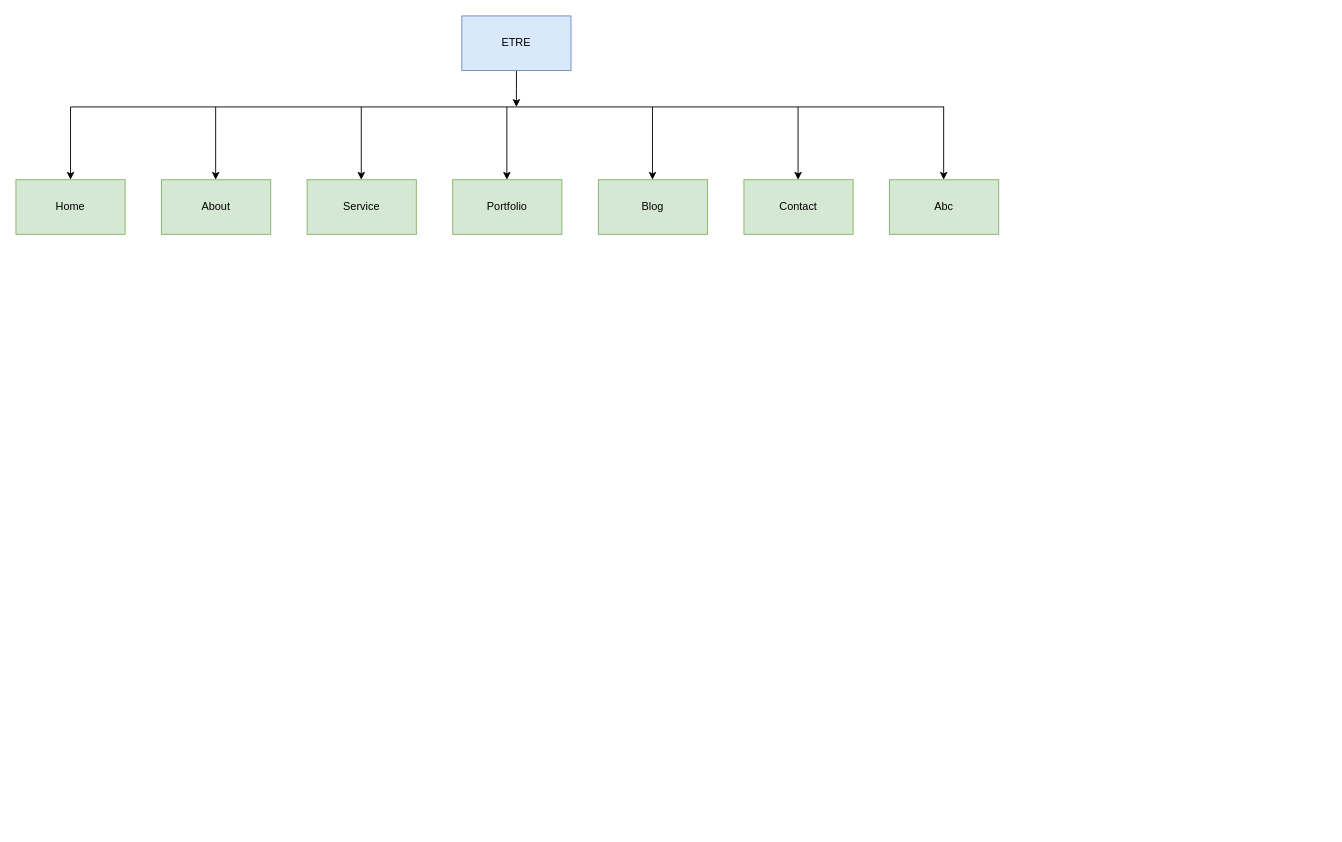
Above: ETRE Website Prototype.drawio in fasil712/UML_Diagram_Design (draw.io), before the change. Source tidied: cells renumbered, new cells numbered last; positions are measured from the earlier drawing's top-left corner, leaving out a move shared by most shapes. Both pictures are drawn from the tidied source at 91%, with x=0, y=0 at pixel (15, 15).
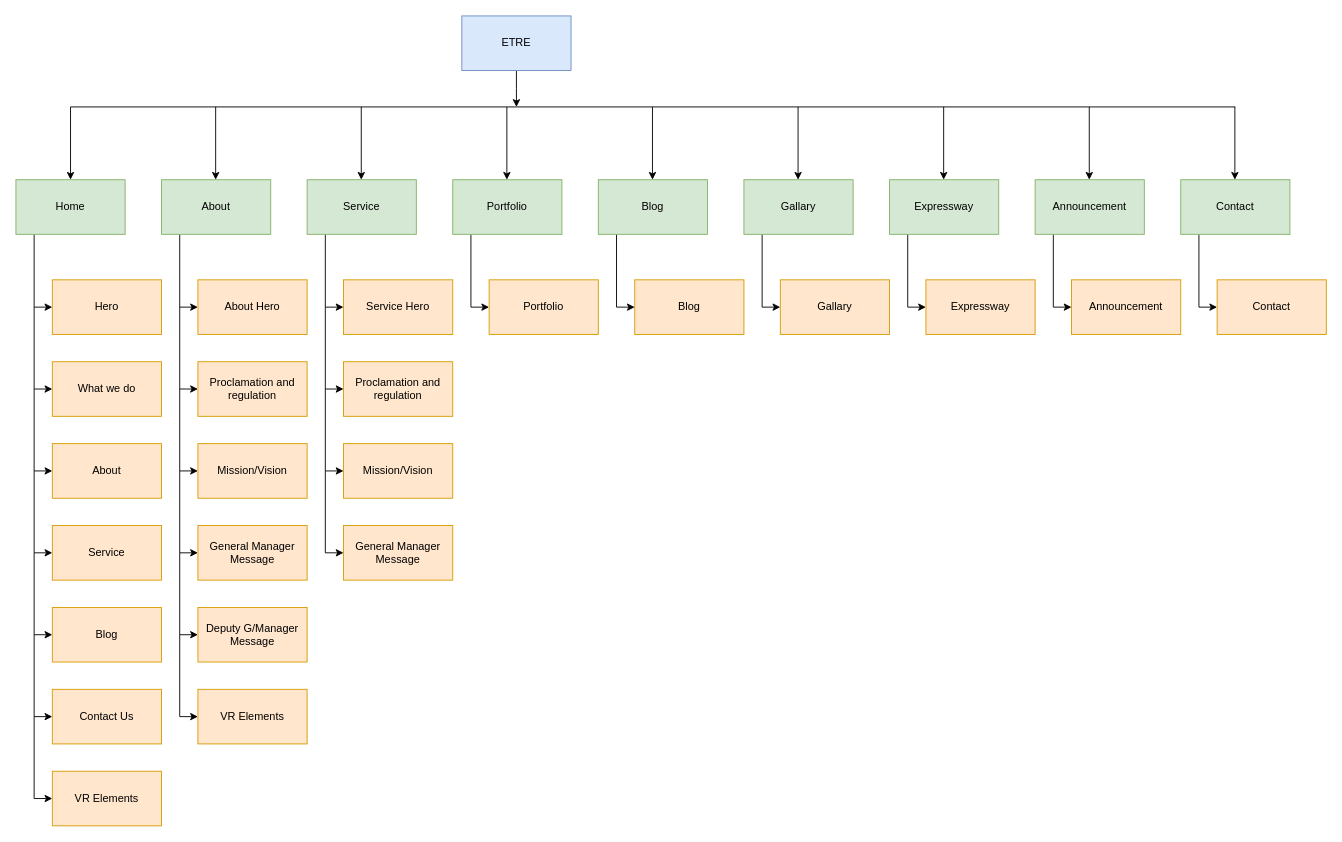
Above is the later version.

The change refers to these unchanged cells:
```xml
<mxCell id="4" value="Home" style="rounded=0;whiteSpace=wrap;html=1;fillColor=#d5e8d4;strokeColor=#82b366;" parent="1" vertex="1">
  <mxGeometry y="180" width="120" height="60" as="geometry" />
</mxCell>
<mxCell id="5" value="About" style="rounded=0;whiteSpace=wrap;html=1;fillColor=#d5e8d4;strokeColor=#82b366;" parent="1" vertex="1">
  <mxGeometry x="160" y="180" width="120" height="60" as="geometry" />
</mxCell>
<mxCell id="6" value="Service" style="rounded=0;whiteSpace=wrap;html=1;fillColor=#d5e8d4;strokeColor=#82b366;" parent="1" vertex="1">
  <mxGeometry x="320" y="180" width="120" height="60" as="geometry" />
</mxCell>
<mxCell id="7" value="Portfolio" style="rounded=0;whiteSpace=wrap;html=1;fillColor=#d5e8d4;strokeColor=#82b366;" parent="1" vertex="1">
  <mxGeometry x="480" y="180" width="120" height="60" as="geometry" />
</mxCell>
<mxCell id="8" value="Blog" style="rounded=0;whiteSpace=wrap;html=1;fillColor=#d5e8d4;strokeColor=#82b366;" parent="1" vertex="1">
  <mxGeometry x="640" y="180" width="120" height="60" as="geometry" />
</mxCell>
```

Diff of the diagram source:
```diff
@@
+    <mxCell id="19" style="edgeStyle=orthogonalEdgeStyle;rounded=0;jettySize=auto;html=1;" parent="1" edge="1" source="4" target="33">
+      <mxGeometry relative="1" as="geometry">
+        <Array as="points">
+          <mxPoint x="20" y="320" />
+        </Array>
+      </mxGeometry>
+    </mxCell>
@@
+    <mxCell id="20" style="edgeStyle=orthogonalEdgeStyle;rounded=0;jettySize=auto;html=1;" parent="1" edge="1" source="5" target="34">
+      <mxGeometry relative="1" as="geometry">
+        <Array as="points">
+          <mxPoint x="180" y="320" />
+        </Array>
+      </mxGeometry>
+    </mxCell>
@@
+    <mxCell id="21" style="edgeStyle=orthogonalEdgeStyle;rounded=0;jettySize=auto;html=1;" parent="1" edge="1" source="6" target="35">
+      <mxGeometry relative="1" as="geometry">
+        <Array as="points">
+          <mxPoint x="340" y="320" />
+        </Array>
+      </mxGeometry>
+    </mxCell>
@@
+    <mxCell id="22" style="edgeStyle=orthogonalEdgeStyle;rounded=0;jettySize=auto;html=1;" parent="1" edge="1" source="7" target="36">
+      <mxGeometry relative="1" as="geometry">
+        <Array as="points">
+          <mxPoint x="500" y="320" />
+        </Array>
+      </mxGeometry>
+    </mxCell>
@@
+    <mxCell id="23" style="edgeStyle=orthogonalEdgeStyle;rounded=0;jettySize=auto;html=1;" parent="1" edge="1" source="8" target="37">
+      <mxGeometry relative="1" as="geometry">
+        <Array as="points">
+          <mxPoint x="660" y="320" />
+        </Array>
+      </mxGeometry>
+    </mxCell>
@@
+    <mxCell id="24" style="edgeStyle=orthogonalEdgeStyle;rounded=0;jettySize=auto;html=1;" parent="1" edge="1" source="9" target="38">
+      <mxGeometry relative="1" as="geometry">
+        <Array as="points">
+          <mxPoint x="1300" y="320" />
+        </Array>
+      </mxGeometry>
+    </mxCell>
     <mxCell id="9" value="Contact" style="rounded=0;whiteSpace=wrap;html=1;fillColor=#d5e8d4;strokeColor=#82b366;" parent="1" vertex="1">
-      <mxGeometry x="800" y="180" width="120" height="60" as="geometry" />
+      <mxGeometry x="1280" y="180" width="120" height="60" as="geometry" />
     </mxCell>
     <mxCell id="10" style="endArrow=none;html=1;rounded=0;" parent="1" edge="1">
       <mxGeometry relative="1" as="geometry">
         <mxPoint x="60" y="100" as="sourcePoint" />
-        <mxPoint x="1020" y="100" as="targetPoint" />
+        <mxPoint x="1340" y="100" as="targetPoint" />
       </mxGeometry>
     </mxCell>
@@
+    <mxCell id="25" style="edgeStyle=orthogonalEdgeStyle;rounded=0;jettySize=auto;html=1;" parent="1" edge="1" source="17" target="39">
+      <mxGeometry relative="1" as="geometry">
+        <Array as="points">
+          <mxPoint x="980" y="320" />
+        </Array>
+      </mxGeometry>
+    </mxCell>
-    <mxCell id="17" value="Abc" style="rounded=0;whiteSpace=wrap;html=1;fillColor=#d5e8d4;strokeColor=#82b366;" parent="1" vertex="1">
+    <mxCell id="17" value="Expressway" style="rounded=0;whiteSpace=wrap;html=1;fillColor=#d5e8d4;strokeColor=#82b366;" parent="1" vertex="1">
       <mxGeometry x="960" y="180" width="120" height="60" as="geometry" />
     </mxCell>
@@
+    <mxCell id="26" style="edgeStyle=orthogonalEdgeStyle;rounded=0;jettySize=auto;html=1;" parent="1" edge="1" source="27" target="40">
+      <mxGeometry relative="1" as="geometry">
+        <Array as="points">
+          <mxPoint x="1140" y="320" />
+        </Array>
+      </mxGeometry>
+    </mxCell>
+    <mxCell id="27" value="Announcement" style="rounded=0;whiteSpace=wrap;html=1;fillColor=#d5e8d4;strokeColor=#82b366;" parent="1" vertex="1">
+      <mxGeometry x="1120" y="180" width="120" height="60" as="geometry" />
+    </mxCell>
+    <mxCell id="28" style="endArrow=classic;html=1;rounded=0;entryX=0.5;entryY=0;entryDx=0;entryDy=0;" parent="1" edge="1">
+      <mxGeometry relative="1" as="geometry">
+        <mxPoint x="1179.5" y="100" as="sourcePoint" />
+        <mxPoint x="1179.5" y="180" as="targetPoint" />
+      </mxGeometry>
+    </mxCell>
+    <mxCell id="29" style="edgeStyle=orthogonalEdgeStyle;rounded=0;jettySize=auto;html=1;" parent="1" edge="1" source="30" target="41">
+      <mxGeometry relative="1" as="geometry">
+        <Array as="points">
+          <mxPoint x="820" y="320" />
+        </Array>
+      </mxGeometry>
+    </mxCell>
+    <mxCell id="30" value="Gallary" style="rounded=0;whiteSpace=wrap;html=1;fillColor=#d5e8d4;strokeColor=#82b366;" parent="1" vertex="1">
+      <mxGeometry x="800" y="180" width="120" height="60" as="geometry" />
+    </mxCell>
+    <mxCell id="31" style="endArrow=classic;html=1;rounded=0;entryX=0.5;entryY=0;entryDx=0;entryDy=0;" parent="1" edge="1">
+      <mxGeometry relative="1" as="geometry">
+        <mxPoint x="1339.5" y="100" as="sourcePoint" />
+        <mxPoint x="1339.5" y="180" as="targetPoint" />
+      </mxGeometry>
+    </mxCell>
+    <mxCell id="32" style="edgeStyle=orthogonalEdgeStyle;rounded=0;jettySize=auto;html=1;entryX=0;entryY=0.5;entryDx=0;entryDy=0;" parent="1" edge="1" target="42">
+      <mxGeometry relative="1" as="geometry">
+        <mxPoint x="20" y="320" as="sourcePoint" />
+        <Array as="points">
+          <mxPoint x="20" y="410" />
+        </Array>
+      </mxGeometry>
+    </mxCell>
+    <mxCell id="33" value="Hero" style="rounded=0;whiteSpace=wrap;html=1;fillColor=#ffe6cc;strokeColor=#d79b00;" parent="1" vertex="1">
+      <mxGeometry x="40" y="290" width="120" height="60" as="geometry" />
+    </mxCell>
+    <mxCell id="34" value="About Hero" style="rounded=0;whiteSpace=wrap;html=1;fillColor=#ffe6cc;strokeColor=#d79b00;" parent="1" vertex="1">
+      <mxGeometry x="200" y="290" width="120" height="60" as="geometry" />
+    </mxCell>
+    <mxCell id="35" value="Service Hero" style="rounded=0;whiteSpace=wrap;html=1;fillColor=#ffe6cc;strokeColor=#d79b00;" parent="1" vertex="1">
+      <mxGeometry x="360" y="290" width="120" height="60" as="geometry" />
+    </mxCell>
+    <mxCell id="36" value="Portfolio" style="rounded=0;whiteSpace=wrap;html=1;fillColor=#ffe6cc;strokeColor=#d79b00;" parent="1" vertex="1">
+      <mxGeometry x="520" y="290" width="120" height="60" as="geometry" />
+    </mxCell>
+    <mxCell id="37" value="Blog" style="rounded=0;whiteSpace=wrap;html=1;fillColor=#ffe6cc;strokeColor=#d79b00;" parent="1" vertex="1">
+      <mxGeometry x="680" y="290" width="120" height="60" as="geometry" />
+    </mxCell>
+    <mxCell id="38" value="Contact" style="rounded=0;whiteSpace=wrap;html=1;fillColor=#ffe6cc;strokeColor=#d79b00;" parent="1" vertex="1">
+      <mxGeometry x="1320" y="290" width="120" height="60" as="geometry" />
+    </mxCell>
+    <mxCell id="39" value="Expressway" style="rounded=0;whiteSpace=wrap;html=1;fillColor=#ffe6cc;strokeColor=#d79b00;" parent="1" vertex="1">
+      <mxGeometry x="1000" y="290" width="120" height="60" as="geometry" />
+    </mxCell>
+    <mxCell id="40" value="Announcement" style="rounded=0;whiteSpace=wrap;html=1;fillColor=#ffe6cc;strokeColor=#d79b00;" parent="1" vertex="1">
+      <mxGeometry x="1160" y="290" width="120" height="60" as="geometry" />
+    </mxCell>
+    <mxCell id="41" value="Gallary" style="rounded=0;whiteSpace=wrap;html=1;fillColor=#ffe6cc;strokeColor=#d79b00;" parent="1" vertex="1">
+      <mxGeometry x="840" y="290" width="120" height="60" as="geometry" />
+    </mxCell>
+    <mxCell id="42" value="What we do" style="rounded=0;whiteSpace=wrap;html=1;fillColor=#ffe6cc;strokeColor=#d79b00;" parent="1" vertex="1">
+      <mxGeometry x="40" y="380" width="120" height="60" as="geometry" />
+    </mxCell>
+    <mxCell id="43" style="edgeStyle=orthogonalEdgeStyle;rounded=0;jettySize=auto;html=1;entryX=0;entryY=0.5;entryDx=0;entryDy=0;" parent="1" edge="1" target="44">
+      <mxGeometry relative="1" as="geometry">
+        <mxPoint x="20" y="410" as="sourcePoint" />
+        <Array as="points">
+          <mxPoint x="20" y="500" />
+        </Array>
+      </mxGeometry>
+    </mxCell>
+    <mxCell id="44" value="About" style="rounded=0;whiteSpace=wrap;html=1;fillColor=#ffe6cc;strokeColor=#d79b00;" parent="1" vertex="1">
+      <mxGeometry x="40" y="470" width="120" height="60" as="geometry" />
+    </mxCell>
+    <mxCell id="45" style="edgeStyle=orthogonalEdgeStyle;rounded=0;jettySize=auto;html=1;entryX=0;entryY=0.5;entryDx=0;entryDy=0;" parent="1" edge="1" target="46">
+      <mxGeometry relative="1" as="geometry">
+        <mxPoint x="20" y="500" as="sourcePoint" />
+        <Array as="points">
+          <mxPoint x="20" y="590" />
+        </Array>
+      </mxGeometry>
+    </mxCell>
+    <mxCell id="46" value="Service" style="rounded=0;whiteSpace=wrap;html=1;fillColor=#ffe6cc;strokeColor=#d79b00;" parent="1" vertex="1">
+      <mxGeometry x="40" y="560" width="120" height="60" as="geometry" />
+    </mxCell>
+    <mxCell id="47" style="edgeStyle=orthogonalEdgeStyle;rounded=0;jettySize=auto;html=1;entryX=0;entryY=0.5;entryDx=0;entryDy=0;" parent="1" edge="1" target="48">
+      <mxGeometry relative="1" as="geometry">
+        <mxPoint x="20" y="590" as="sourcePoint" />
+        <Array as="points">
+          <mxPoint x="20" y="680" />
+        </Array>
+      </mxGeometry>
+    </mxCell>
+    <mxCell id="48" value="Blog" style="rounded=0;whiteSpace=wrap;html=1;fillColor=#ffe6cc;strokeColor=#d79b00;" parent="1" vertex="1">
+      <mxGeometry x="40" y="650" width="120" height="60" as="geometry" />
+    </mxCell>
+    <mxCell id="49" style="edgeStyle=orthogonalEdgeStyle;rounded=0;jettySize=auto;html=1;entryX=0;entryY=0.5;entryDx=0;entryDy=0;" parent="1" edge="1" target="50">
+      <mxGeometry relative="1" as="geometry">
+        <mxPoint x="180" y="320" as="sourcePoint" />
+        <Array as="points">
+          <mxPoint x="180" y="410" />
+        </Array>
+      </mxGeometry>
+    </mxCell>
+    <mxCell id="50" value="Proclamation and regulation" style="rounded=0;whiteSpace=wrap;html=1;fillColor=#ffe6cc;strokeColor=#d79b00;" parent="1" vertex="1">
+      <mxGeometry x="200" y="380" width="120" height="60" as="geometry" />
+    </mxCell>
+    <mxCell id="51" style="edgeStyle=orthogonalEdgeStyle;rounded=0;jettySize=auto;html=1;entryX=0;entryY=0.5;entryDx=0;entryDy=0;" parent="1" edge="1" target="52">
+      <mxGeometry relative="1" as="geometry">
+        <mxPoint x="180" y="410" as="sourcePoint" />
+        <Array as="points">
+          <mxPoint x="180" y="500" />
+        </Array>
+      </mxGeometry>
+    </mxCell>
+    <mxCell id="52" value="Mission/Vision" style="rounded=0;whiteSpace=wrap;html=1;fillColor=#ffe6cc;strokeColor=#d79b00;" parent="1" vertex="1">
+      <mxGeometry x="200" y="470" width="120" height="60" as="geometry" />
+    </mxCell>
+    <mxCell id="53" style="edgeStyle=orthogonalEdgeStyle;rounded=0;jettySize=auto;html=1;entryX=0;entryY=0.5;entryDx=0;entryDy=0;" parent="1" edge="1" target="54">
+      <mxGeometry relative="1" as="geometry">
+        <mxPoint x="20" y="680" as="sourcePoint" />
+        <Array as="points">
+          <mxPoint x="20" y="770" />
+        </Array>
+      </mxGeometry>
+    </mxCell>
+    <mxCell id="54" value="Contact Us" style="rounded=0;whiteSpace=wrap;html=1;fillColor=#ffe6cc;strokeColor=#d79b00;" parent="1" vertex="1">
+      <mxGeometry x="40" y="740" width="120" height="60" as="geometry" />
+    </mxCell>
+    <mxCell id="55" style="edgeStyle=orthogonalEdgeStyle;rounded=0;jettySize=auto;html=1;entryX=0;entryY=0.5;entryDx=0;entryDy=0;" parent="1" edge="1" target="56">
+      <mxGeometry relative="1" as="geometry">
+        <mxPoint x="20" y="770" as="sourcePoint" />
+        <Array as="points">
+          <mxPoint x="20" y="860" />
+        </Array>
+      </mxGeometry>
+    </mxCell>
+    <mxCell id="56" value="VR Elements" style="rounded=0;whiteSpace=wrap;html=1;fillColor=#ffe6cc;strokeColor=#d79b00;" parent="1" vertex="1">
+      <mxGeometry x="40" y="830" width="120" height="60" as="geometry" />
+    </mxCell>
+    <mxCell id="57" style="edgeStyle=orthogonalEdgeStyle;rounded=0;jettySize=auto;html=1;entryX=0;entryY=0.5;entryDx=0;entryDy=0;" parent="1" edge="1" target="58">
+      <mxGeometry relative="1" as="geometry">
+        <mxPoint x="180" y="500" as="sourcePoint" />
+        <Array as="points">
+          <mxPoint x="180" y="590" />
+        </Array>
+      </mxGeometry>
+    </mxCell>
+    <mxCell id="58" value="General Manager Message" style="rounded=0;whiteSpace=wrap;html=1;fillColor=#ffe6cc;strokeColor=#d79b00;" parent="1" vertex="1">
+      <mxGeometry x="200" y="560" width="120" height="60" as="geometry" />
+    </mxCell>
+    <mxCell id="59" style="edgeStyle=orthogonalEdgeStyle;rounded=0;jettySize=auto;html=1;entryX=0;entryY=0.5;entryDx=0;entryDy=0;" parent="1" edge="1" target="60">
+      <mxGeometry relative="1" as="geometry">
+        <mxPoint x="180" y="590" as="sourcePoint" />
+        <Array as="points">
+          <mxPoint x="180" y="680" />
+        </Array>
+      </mxGeometry>
+    </mxCell>
+    <mxCell id="60" value="Deputy G/Manager Message" style="rounded=0;whiteSpace=wrap;html=1;fillColor=#ffe6cc;strokeColor=#d79b00;" parent="1" vertex="1">
+      <mxGeometry x="200" y="650" width="120" height="60" as="geometry" />
+    </mxCell>
+    <mxCell id="61" style="edgeStyle=orthogonalEdgeStyle;rounded=0;jettySize=auto;html=1;entryX=0;entryY=0.5;entryDx=0;entryDy=0;" parent="1" edge="1" target="62">
+      <mxGeometry relative="1" as="geometry">
+        <mxPoint x="180" y="680" as="sourcePoint" />
+        <Array as="points">
+          <mxPoint x="180" y="770" />
+        </Array>
+      </mxGeometry>
+    </mxCell>
+    <mxCell id="62" value="VR Elements" style="rounded=0;whiteSpace=wrap;html=1;fillColor=#ffe6cc;strokeColor=#d79b00;" parent="1" vertex="1">
+      <mxGeometry x="200" y="740" width="120" height="60" as="geometry" />
+    </mxCell>
+    <mxCell id="63" style="edgeStyle=orthogonalEdgeStyle;rounded=0;jettySize=auto;html=1;entryX=0;entryY=0.5;entryDx=0;entryDy=0;" parent="1" edge="1" target="64">
+      <mxGeometry relative="1" as="geometry">
+        <mxPoint x="340" y="320" as="sourcePoint" />
+        <Array as="points">
+          <mxPoint x="340" y="410" />
+        </Array>
+      </mxGeometry>
+    </mxCell>
+    <mxCell id="64" value="Proclamation and regulation" style="rounded=0;whiteSpace=wrap;html=1;fillColor=#ffe6cc;strokeColor=#d79b00;" parent="1" vertex="1">
+      <mxGeometry x="360" y="380" width="120" height="60" as="geometry" />
+    </mxCell>
+    <mxCell id="65" style="edgeStyle=orthogonalEdgeStyle;rounded=0;jettySize=auto;html=1;entryX=0;entryY=0.5;entryDx=0;entryDy=0;" parent="1" edge="1" target="66">
+      <mxGeometry relative="1" as="geometry">
+        <mxPoint x="340" y="410" as="sourcePoint" />
+        <Array as="points">
+          <mxPoint x="340" y="500" />
+        </Array>
+      </mxGeometry>
+    </mxCell>
+    <mxCell id="66" value="Mission/Vision" style="rounded=0;whiteSpace=wrap;html=1;fillColor=#ffe6cc;strokeColor=#d79b00;" parent="1" vertex="1">
+      <mxGeometry x="360" y="470" width="120" height="60" as="geometry" />
+    </mxCell>
+    <mxCell id="67" style="edgeStyle=orthogonalEdgeStyle;rounded=0;jettySize=auto;html=1;entryX=0;entryY=0.5;entryDx=0;entryDy=0;" parent="1" edge="1" target="68">
+      <mxGeometry relative="1" as="geometry">
+        <mxPoint x="340" y="500" as="sourcePoint" />
+        <Array as="points">
+          <mxPoint x="340" y="590" />
+        </Array>
+      </mxGeometry>
+    </mxCell>
+    <mxCell id="68" value="General Manager Message" style="rounded=0;whiteSpace=wrap;html=1;fillColor=#ffe6cc;strokeColor=#d79b00;" parent="1" vertex="1">
+      <mxGeometry x="360" y="560" width="120" height="60" as="geometry" />
+    </mxCell>
```
